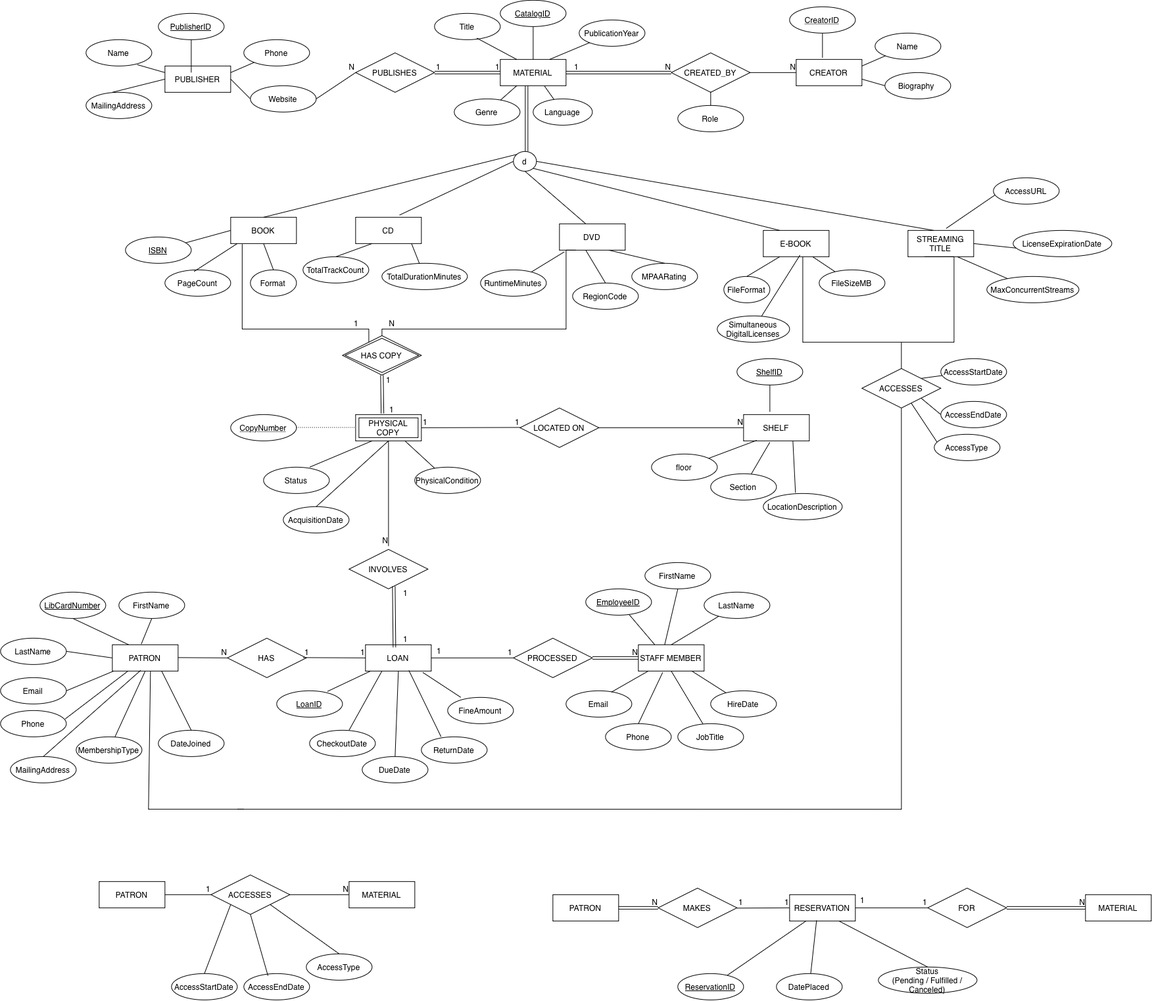
Earlier version of the draw.io export Untitled Diagram.drawio.png (nifemiolayiwola/ER-diagram). Source tidied: cells renumbered, new cells last; positions are measured from the earlier drawing's top-left corner, leaving out a move shared by most shapes.
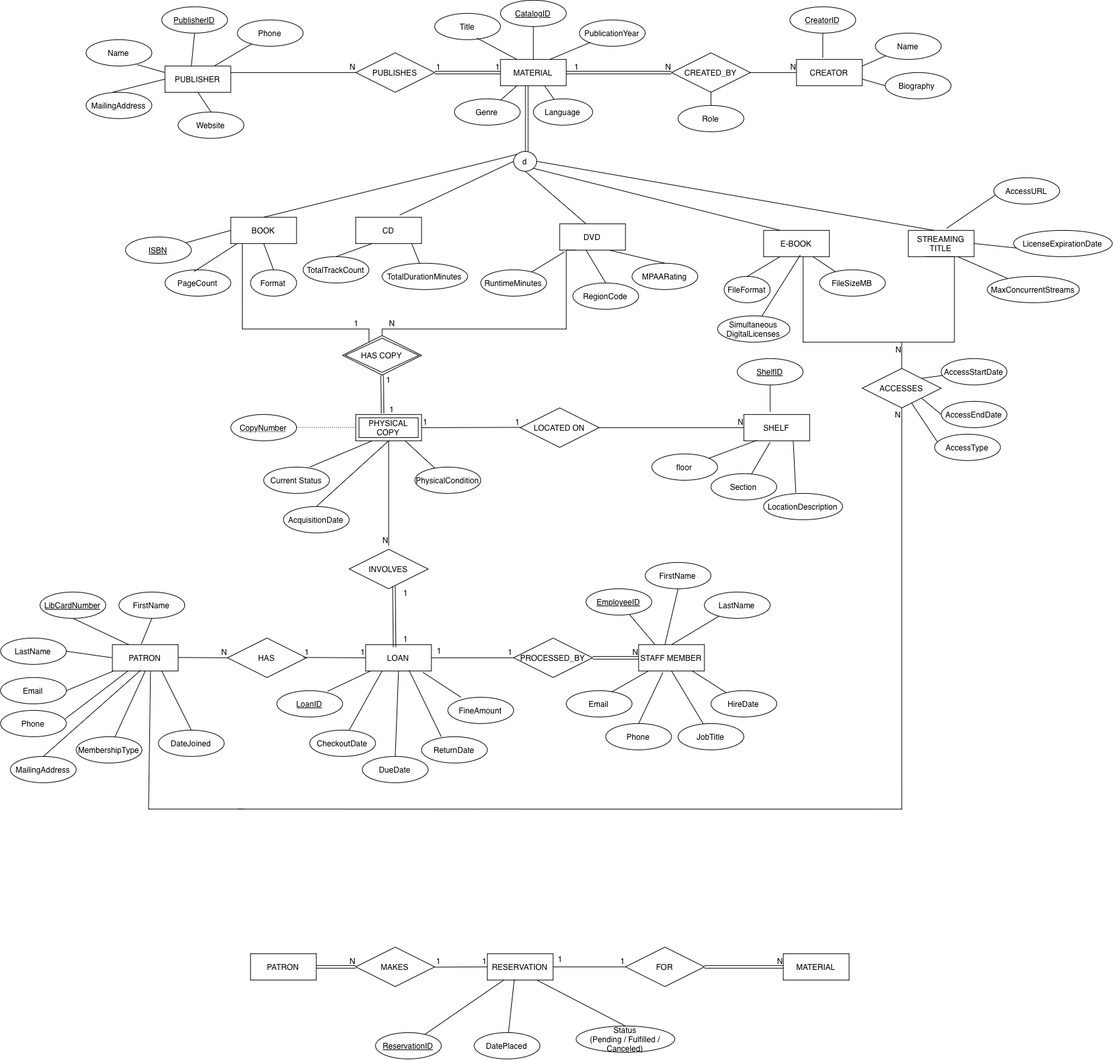
Later version of the same file.

Diff of the diagram source:
```diff
@@ -12,18 +12,18 @@
       <mxGeometry x="130" y="140" width="100" height="40" as="geometry" />
     </mxCell>
     <mxCell id="5" value="Phone" style="ellipse;whiteSpace=wrap;html=1;align=center;" parent="1" vertex="1">
-      <mxGeometry x="370" y="60" width="100" height="40" as="geometry" />
+      <mxGeometry x="360" y="30" width="100" height="40" as="geometry" />
     </mxCell>
     <mxCell id="6" value="Website" style="ellipse;whiteSpace=wrap;html=1;align=center;" parent="1" vertex="1">
-      <mxGeometry x="380" y="130" width="100" height="40" as="geometry" />
+      <mxGeometry x="270" y="170" width="100" height="40" as="geometry" />
     </mxCell>
     <mxCell id="7" value="PublisherID" style="ellipse;whiteSpace=wrap;html=1;align=center;fontStyle=4;" parent="1" vertex="1">
-      <mxGeometry x="240" y="20" width="100" height="40" as="geometry" />
+      <mxGeometry x="245" y="10" width="100" height="40" as="geometry" />
     </mxCell>
-    <mxCell id="8" style="endArrow=none;html=1;rounded=0;entryX=0;entryY=0.5;entryDx=0;entryDy=0;exitX=1;exitY=0.5;exitDx=0;exitDy=0;" parent="1" edge="1" source="2" target="6">
+    <mxCell id="8" style="endArrow=none;html=1;rounded=0;exitX=0.5;exitY=1;exitDx=0;exitDy=0;entryX=0.5;entryY=0;entryDx=0;entryDy=0;" parent="1" edge="1" source="2" target="6">
       <mxGeometry relative="1" as="geometry" />
     </mxCell>
-    <mxCell id="9" style="endArrow=none;html=1;rounded=0;exitX=1;exitY=0.25;exitDx=0;exitDy=0;" parent="1" edge="1" source="2" target="5">
+    <mxCell id="9" style="endArrow=none;html=1;rounded=0;exitX=0.75;exitY=0;exitDx=0;exitDy=0;" parent="1" edge="1" source="2" target="5">
       <mxGeometry relative="1" as="geometry" />
     </mxCell>
     <mxCell id="10" style="endArrow=none;html=1;rounded=0;exitX=0.78;exitY=0.95;exitDx=0;exitDy=0;exitPerimeter=0;entryX=0;entryY=0.25;entryDx=0;entryDy=0;" parent="1" edge="1" source="3" target="2">
@@ -36,13 +36,13 @@
     </mxCell>
     <mxCell id="12" style="endArrow=none;html=1;rounded=0;exitX=0.5;exitY=1;exitDx=0;exitDy=0;" parent="1" edge="1" source="7">
       <mxGeometry relative="1" as="geometry">
-        <mxPoint x="290" y="110" as="targetPoint" />
+        <mxPoint x="290" y="100" as="targetPoint" />
       </mxGeometry>
     </mxCell>
     <mxCell id="13" value="PUBLISHES" style="shape=rhombus;perimeter=rhombusPerimeter;whiteSpace=wrap;html=1;align=center;" parent="1" vertex="1">
       <mxGeometry x="540" y="80" width="120" height="60" as="geometry" />
     </mxCell>
-    <mxCell id="14" style="endArrow=none;html=1;rounded=0;entryX=0;entryY=0.5;entryDx=0;entryDy=0;exitX=1;exitY=0.5;exitDx=0;exitDy=0;" parent="1" edge="1" source="6" target="13">
+    <mxCell id="14" style="endArrow=none;html=1;rounded=0;entryX=0;entryY=0.5;entryDx=0;entryDy=0;exitX=1;exitY=0.25;exitDx=0;exitDy=0;" parent="1" edge="1" source="2" target="13">
       <mxGeometry relative="1" as="geometry" />
     </mxCell>
     <mxCell id="15" value="N" style="html=1;whiteSpace=wrap;align=right;verticalAlign=bottom;" parent="14" vertex="1">
@@ -251,7 +251,7 @@
     <mxCell id="79" style="endArrow=none;html=1;rounded=0;exitX=0.75;exitY=1;exitDx=0;exitDy=0;" parent="1" edge="1" source="20" target="56">
       <mxGeometry relative="1" as="geometry" />
     </mxCell>
-    <mxCell id="80" value="Status" style="ellipse;whiteSpace=wrap;html=1;align=center;" parent="1" vertex="1">
+    <mxCell id="80" value="Current Status" style="ellipse;whiteSpace=wrap;html=1;align=center;" parent="1" vertex="1">
       <mxGeometry x="400" y="710" width="100" height="40" as="geometry" />
     </mxCell>
     <mxCell id="81" value="LicenseExpirationDate" style="ellipse;whiteSpace=wrap;html=1;align=center;" parent="1" vertex="1">
@@ -418,7 +418,7 @@
     <mxCell id="125" value="HAS" style="shape=rhombus;perimeter=rhombusPerimeter;whiteSpace=wrap;html=1;align=center;" parent="1" vertex="1">
       <mxGeometry x="345" y="970" width="120" height="60" as="geometry" />
     </mxCell>
-    <mxCell id="126" value="PROCESSED" style="shape=rhombus;perimeter=rhombusPerimeter;whiteSpace=wrap;html=1;align=center;" parent="1" vertex="1">
+    <mxCell id="126" value="PROCESSED_BY" style="shape=rhombus;perimeter=rhombusPerimeter;whiteSpace=wrap;html=1;align=center;" parent="1" vertex="1">
       <mxGeometry x="780" y="970" width="120" height="60" as="geometry" />
     </mxCell>
     <mxCell id="127" style="edgeStyle=orthogonalEdgeStyle;rounded=0;orthogonalLoop=1;jettySize=auto;html=1;innerLoopWaypoints=1;exitX=0.5;exitY=1;exitDx=0;exitDy=0;" parent="1" edge="1" source="2" target="2">
@@ -426,32 +426,32 @@
     </mxCell>
     <mxCell id="128" style="endArrow=none;html=1;rounded=0;exitX=0.75;exitY=1;exitDx=0;exitDy=0;" parent="1" edge="1" source="130">
       <mxGeometry relative="1" as="geometry">
-        <mxPoint x="1410" y="1470" as="targetPoint" />
+        <mxPoint x="950" y="1560" as="targetPoint" />
       </mxGeometry>
     </mxCell>
     <mxCell id="129" value="PATRON" style="whiteSpace=wrap;html=1;align=center;" parent="1" vertex="1">
-      <mxGeometry x="840" y="1360" width="100" height="40" as="geometry" />
+      <mxGeometry x="380" y="1450" width="100" height="40" as="geometry" />
     </mxCell>
     <mxCell id="130" value="RESERVATION" style="whiteSpace=wrap;html=1;align=center;" parent="1" vertex="1">
-      <mxGeometry x="1200" y="1360" width="100" height="40" as="geometry" />
+      <mxGeometry x="740" y="1450" width="100" height="40" as="geometry" />
     </mxCell>
     <mxCell id="131" value="MATERIAL" style="whiteSpace=wrap;html=1;align=center;" parent="1" vertex="1">
-      <mxGeometry x="1650" y="1360" width="100" height="40" as="geometry" />
+      <mxGeometry x="1190" y="1450" width="100" height="40" as="geometry" />
     </mxCell>
     <mxCell id="132" value="MAKES" style="shape=rhombus;perimeter=rhombusPerimeter;whiteSpace=wrap;html=1;align=center;" parent="1" vertex="1">
-      <mxGeometry x="1000" y="1350" width="120" height="60" as="geometry" />
+      <mxGeometry x="540" y="1440" width="120" height="60" as="geometry" />
     </mxCell>
     <mxCell id="133" value="FOR" style="shape=rhombus;perimeter=rhombusPerimeter;whiteSpace=wrap;html=1;align=center;" parent="1" vertex="1">
-      <mxGeometry x="1410" y="1350" width="120" height="60" as="geometry" />
+      <mxGeometry x="950" y="1440" width="120" height="60" as="geometry" />
     </mxCell>
     <mxCell id="134" value="Status&lt;div&gt;(Pending / Fulfilled / Canceled)&lt;/div&gt;" style="ellipse;whiteSpace=wrap;html=1;align=center;" parent="1" vertex="1">
-      <mxGeometry x="1335" y="1470" width="150" height="40" as="geometry" />
+      <mxGeometry x="875" y="1560" width="150" height="40" as="geometry" />
     </mxCell>
     <mxCell id="135" value="DatePlaced" style="ellipse;whiteSpace=wrap;html=1;align=center;" parent="1" vertex="1">
-      <mxGeometry x="1180" y="1480" width="100" height="40" as="geometry" />
+      <mxGeometry x="720" y="1570" width="100" height="40" as="geometry" />
     </mxCell>
     <mxCell id="136" value="ReservationID" style="ellipse;whiteSpace=wrap;html=1;align=center;fontStyle=4;" parent="1" vertex="1">
-      <mxGeometry x="1030" y="1480" width="100" height="40" as="geometry" />
+      <mxGeometry x="570" y="1570" width="100" height="40" as="geometry" />
     </mxCell>
     <mxCell id="137" style="endArrow=none;html=1;rounded=0;entryX=0.41;entryY=0.975;entryDx=0;entryDy=0;entryPerimeter=0;" parent="1" edge="1" source="135" target="130">
       <mxGeometry relative="1" as="geometry" />
@@ -461,7 +461,7 @@
     </mxCell>
     <mxCell id="139" style="shape=link;html=1;rounded=0;entryX=0;entryY=0.5;entryDx=0;entryDy=0;" parent="1" edge="1" target="132">
       <mxGeometry relative="1" as="geometry">
-        <mxPoint x="940" y="1380" as="sourcePoint" />
+        <mxPoint x="480" y="1470" as="sourcePoint" />
       </mxGeometry>
     </mxCell>
     <mxCell id="140" value="N" style="html=1;whiteSpace=wrap;align=right;verticalAlign=bottom;" parent="139" vertex="1">
@@ -469,14 +469,14 @@
     </mxCell>
     <mxCell id="141" style="endArrow=none;html=1;rounded=0;exitX=1;exitY=0.5;exitDx=0;exitDy=0;entryX=0;entryY=0.5;entryDx=0;entryDy=0;" parent="1" edge="1" target="130">
       <mxGeometry relative="1" as="geometry">
-        <mxPoint x="1120" y="1380.4" as="sourcePoint" />
+        <mxPoint x="660" y="1470.4" as="sourcePoint" />
       </mxGeometry>
     </mxCell>
     <mxCell id="142" value="1" style="html=1;whiteSpace=wrap;align=right;verticalAlign=bottom;" parent="141" vertex="1">
       <mxGeometry x="1" relative="1" as="geometry" />
     </mxCell>
     <mxCell id="143" value="1" style="html=1;whiteSpace=wrap;align=right;verticalAlign=bottom;" parent="1" vertex="1">
-      <mxGeometry x="1130" y="1380" as="geometry" />
+      <mxGeometry x="670" y="1470" as="geometry" />
     </mxCell>
     <mxCell id="144" style="endArrow=none;html=1;rounded=0;entryX=0;entryY=0.5;entryDx=0;entryDy=0;exitX=1;exitY=0.5;exitDx=0;exitDy=0;" parent="1" edge="1" source="130" target="133">
       <mxGeometry relative="1" as="geometry" />
@@ -485,13 +485,13 @@
       <mxGeometry x="1" relative="1" as="geometry" />
     </mxCell>
     <mxCell id="146" value="1" style="html=1;whiteSpace=wrap;align=right;verticalAlign=bottom;" parent="1" vertex="1">
-      <mxGeometry x="1320" y="1360" as="geometry">
+      <mxGeometry x="860" y="1450" as="geometry">
         <mxPoint x="-5" y="17" as="offset" />
       </mxGeometry>
     </mxCell>
     <mxCell id="147" style="shape=link;html=1;rounded=0;exitX=1;exitY=0.5;exitDx=0;exitDy=0;" parent="1" edge="1" source="133">
       <mxGeometry relative="1" as="geometry">
-        <mxPoint x="1650" y="1380" as="targetPoint" />
+        <mxPoint x="1190" y="1470" as="targetPoint" />
       </mxGeometry>
     </mxCell>
     <mxCell id="148" value="N" style="html=1;whiteSpace=wrap;align=right;verticalAlign=bottom;" parent="147" vertex="1">
@@ -550,45 +550,6 @@
     <mxCell id="165" style="endArrow=none;html=1;rounded=0;entryX=0.43;entryY=0.975;entryDx=0;entryDy=0;entryPerimeter=0;exitX=0.5;exitY=0;exitDx=0;exitDy=0;" parent="1" edge="1" source="152" target="156">
       <mxGeometry relative="1" as="geometry" />
     </mxCell>
-    <mxCell id="166" value="PATRON" style="whiteSpace=wrap;html=1;align=center;" parent="1" vertex="1">
-      <mxGeometry x="150" y="1340" width="100" height="40" as="geometry" />
-    </mxCell>
-    <mxCell id="167" value="ACCESSES" style="shape=rhombus;perimeter=rhombusPerimeter;whiteSpace=wrap;html=1;align=center;" parent="1" vertex="1">
-      <mxGeometry x="320" y="1330" width="120" height="60" as="geometry" />
-    </mxCell>
-    <mxCell id="168" value="MATERIAL" style="whiteSpace=wrap;html=1;align=center;" parent="1" vertex="1">
-      <mxGeometry x="530" y="1340" width="100" height="40" as="geometry" />
-    </mxCell>
-    <mxCell id="169" style="endArrow=none;html=1;rounded=0;exitX=1;exitY=0.5;exitDx=0;exitDy=0;entryX=0;entryY=0.5;entryDx=0;entryDy=0;" parent="1" edge="1" source="166" target="167">
-      <mxGeometry relative="1" as="geometry" />
-    </mxCell>
-    <mxCell id="170" value="1" style="html=1;whiteSpace=wrap;align=right;verticalAlign=bottom;" parent="169" vertex="1">
-      <mxGeometry x="1" relative="1" as="geometry" />
-    </mxCell>
-    <mxCell id="171" style="endArrow=none;html=1;rounded=0;exitX=1;exitY=0.5;exitDx=0;exitDy=0;entryX=0;entryY=0.5;entryDx=0;entryDy=0;" parent="1" edge="1" source="167" target="168">
-      <mxGeometry relative="1" as="geometry" />
-    </mxCell>
-    <mxCell id="172" value="N" style="html=1;whiteSpace=wrap;align=right;verticalAlign=bottom;" parent="171" vertex="1">
-      <mxGeometry x="1" relative="1" as="geometry" />
-    </mxCell>
-    <mxCell id="173" value="AccessType" style="ellipse;whiteSpace=wrap;html=1;align=center;" parent="1" vertex="1">
-      <mxGeometry x="465" y="1450" width="100" height="40" as="geometry" />
-    </mxCell>
-    <mxCell id="174" value="AccessEndDate" style="ellipse;whiteSpace=wrap;html=1;align=center;" parent="1" vertex="1">
-      <mxGeometry x="370" y="1480" width="100" height="40" as="geometry" />
-    </mxCell>
-    <mxCell id="175" value="AccessStartDate" style="ellipse;whiteSpace=wrap;html=1;align=center;" parent="1" vertex="1">
-      <mxGeometry x="260" y="1480" width="100" height="40" as="geometry" />
-    </mxCell>
-    <mxCell id="176" style="endArrow=none;html=1;rounded=0;entryX=0.5;entryY=0;entryDx=0;entryDy=0;exitX=1;exitY=1;exitDx=0;exitDy=0;" parent="1" edge="1" source="167" target="173">
-      <mxGeometry relative="1" as="geometry" />
-    </mxCell>
-    <mxCell id="177" style="endArrow=none;html=1;rounded=0;entryX=0;entryY=1;entryDx=0;entryDy=0;exitX=0.5;exitY=0;exitDx=0;exitDy=0;" parent="1" edge="1" source="175" target="167">
-      <mxGeometry relative="1" as="geometry" />
-    </mxCell>
-    <mxCell id="178" style="endArrow=none;html=1;rounded=0;entryX=0.5;entryY=1;entryDx=0;entryDy=0;exitX=0.367;exitY=0.083;exitDx=0;exitDy=0;exitPerimeter=0;" parent="1" edge="1" source="174" target="167">
-      <mxGeometry relative="1" as="geometry" />
-    </mxCell>
     <mxCell id="179" value="LoanID" style="ellipse;whiteSpace=wrap;html=1;align=center;fontStyle=4;" parent="1" vertex="1">
       <mxGeometry x="420" y="1050" width="100" height="40" as="geometry" />
     </mxCell>
@@ -758,5 +719,13 @@
     <mxCell id="224" style="endArrow=none;html=1;rounded=0;entryX=0;entryY=0.5;entryDx=0;entryDy=0;exitX=1;exitY=1;exitDx=0;exitDy=0;" parent="1" edge="1" source="217" target="219">
       <mxGeometry relative="1" as="geometry" />
     </mxCell>
+    <mxCell id="225" value="N" style="html=1;whiteSpace=wrap;align=right;verticalAlign=bottom;" parent="1" vertex="1">
+      <mxGeometry x="1355" y="670" as="geometry">
+        <mxPoint x="14" y="-31" as="offset" />
+      </mxGeometry>
+    </mxCell>
+    <mxCell id="226" value="N" style="html=1;whiteSpace=wrap;align=right;verticalAlign=bottom;" parent="1" vertex="1">
+      <mxGeometry x="1370" y="540" as="geometry" />
+    </mxCell>
   </root>
 </mxGraphModel>
```
